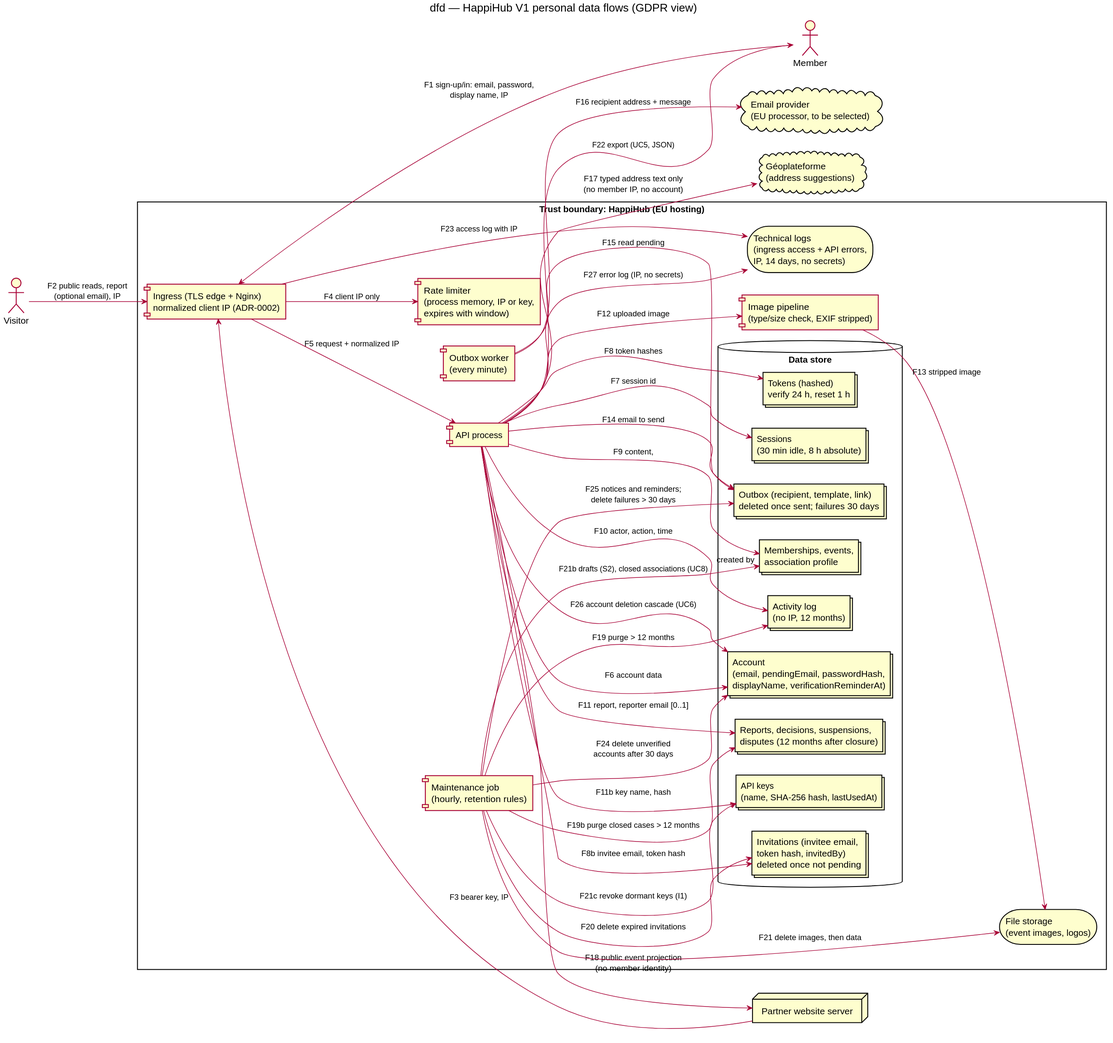
This is docs/architecture/diagrams/v1-events/06-data-flow.svg from benoit-bremaud/HappiHub, a PlantUML export, as it was before one commit.
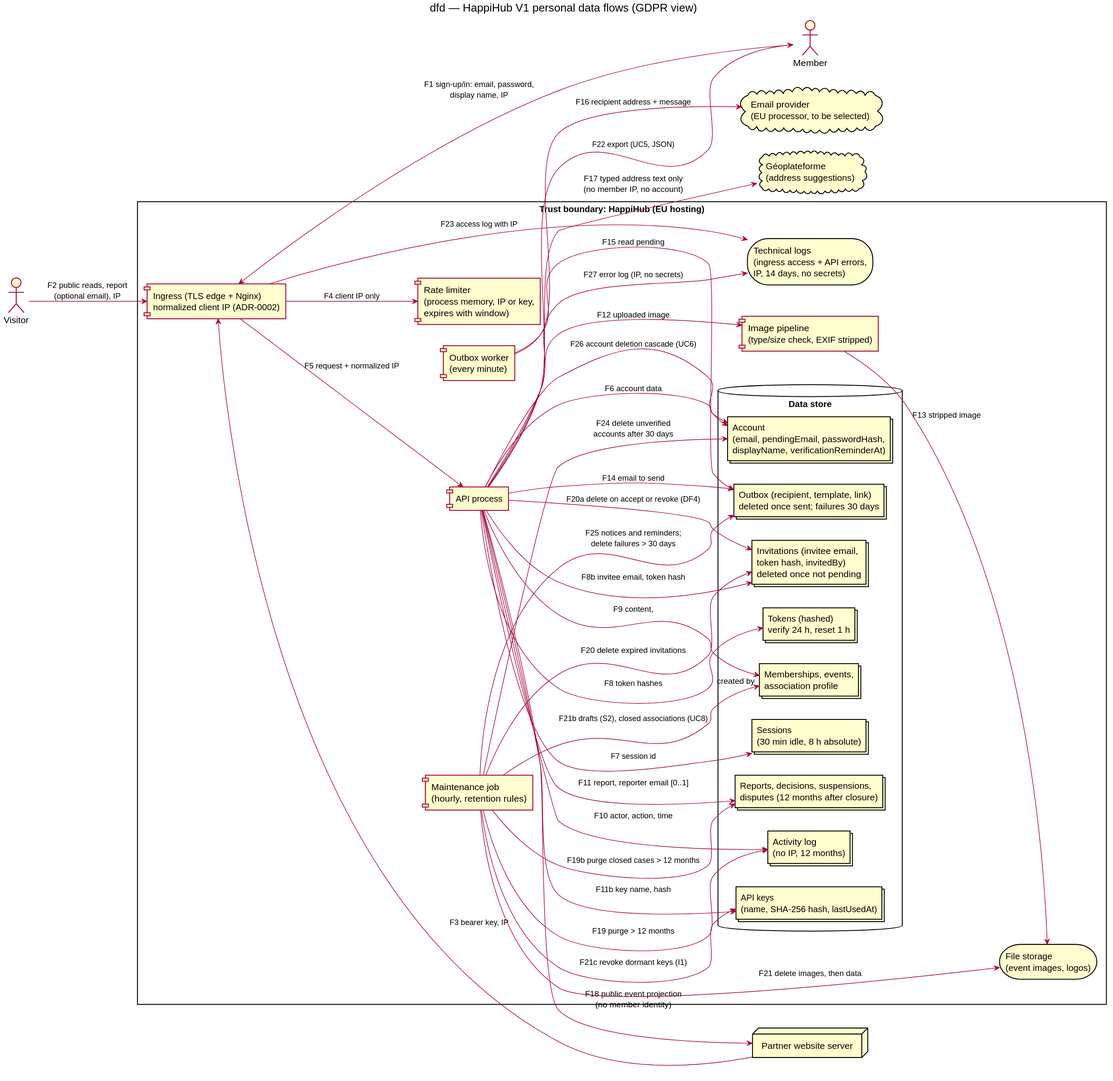
Later version of the same file.

What changed in the source:
```diff
@@ -58,6 +58,7 @@
 API --> P : F18 public event projection\n(no member identity)
 MJ --> D_LOG : F19 purge > 12 months
 MJ --> D_MOD : F19b purge closed cases > 12 months
+API --> D_INV : F20a delete on accept or revoke (DF4)
 MJ --> D_INV : F20 delete expired invitations
 MJ --> FS : F21 delete images, then data
 MJ --> D_ASSO : F21b drafts (S2), closed associations (UC8)
```
